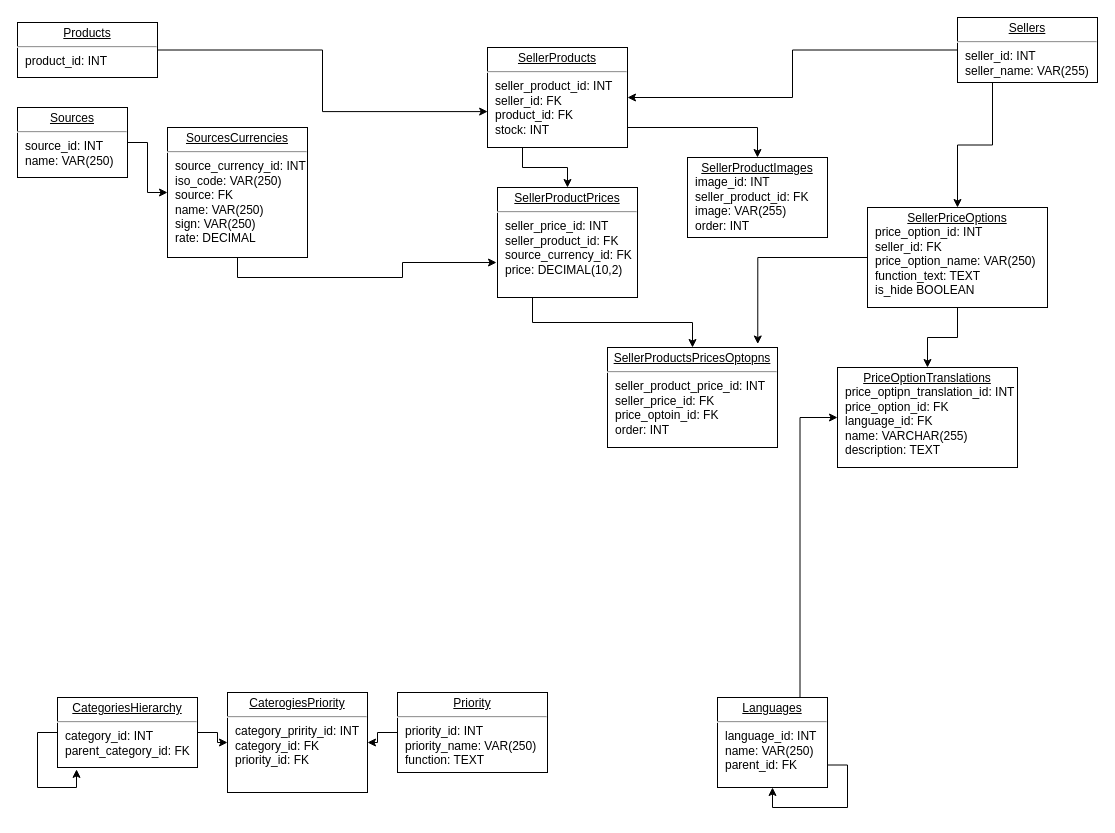
This is Диаграмма без названия.drawio from vinter-man/db_draw_io, a draw.io file, before an edit. Source tidied: cells renumbered, new cells numbered last; positions are measured from the earlier drawing's top-left corner, leaving out a move shared by most shapes. Both pictures are drawn from the tidied source at 100%, with x=0, y=0 at pixel (17, 17).
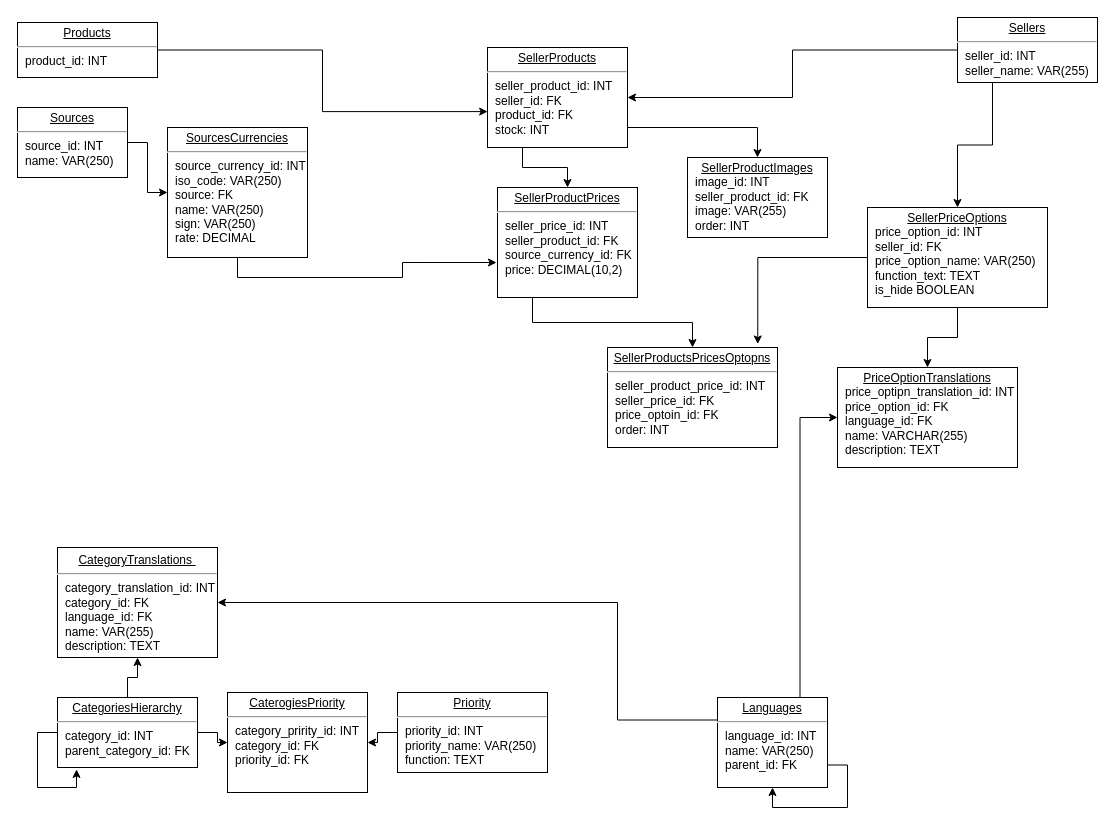
Above is the later version.

Commit message:
add category translation table

The change refers to these unchanged cells:
```xml
<mxCell id="23" value="&lt;p style=&quot;margin: 0px ; margin-top: 4px ; text-align: center ; text-decoration: underline&quot;&gt;Languages&lt;/p&gt;&lt;hr&gt;&lt;p style=&quot;margin: 0px ; margin-left: 8px&quot;&gt;language_id: INT&lt;/p&gt;&lt;p style=&quot;margin: 0px ; margin-left: 8px&quot;&gt;name:&amp;nbsp;VAR(250)&lt;/p&gt;&lt;p style=&quot;margin: 0px ; margin-left: 8px&quot;&gt;parent_id: FK&lt;/p&gt;&lt;p style=&quot;margin: 0px ; margin-left: 8px&quot;&gt;&lt;br&gt;&lt;/p&gt;&lt;p style=&quot;margin: 0px ; margin-left: 8px&quot;&gt;&lt;br&gt;&lt;/p&gt;" style="verticalAlign=top;align=left;overflow=fill;fontSize=12;fontFamily=Helvetica;html=1;rounded=0;shadow=0;comic=0;labelBackgroundColor=none;strokeWidth=1;" parent="1" vertex="1">
  <mxGeometry x="700" y="680" width="110" height="90" as="geometry" />
</mxCell>
<mxCell id="26" value="&lt;p style=&quot;margin: 0px ; margin-top: 4px ; text-align: center ; text-decoration: underline&quot;&gt;CategoriesHierarchy&lt;/p&gt;&lt;hr&gt;&lt;p style=&quot;margin: 0px ; margin-left: 8px&quot;&gt;category_id: INT&lt;/p&gt;&lt;p style=&quot;margin: 0px ; margin-left: 8px&quot;&gt;parent_category_id: FK&lt;/p&gt;&lt;p style=&quot;margin: 0px ; margin-left: 8px&quot;&gt;&lt;br&gt;&lt;/p&gt;" style="verticalAlign=top;align=left;overflow=fill;fontSize=12;fontFamily=Helvetica;html=1;rounded=0;shadow=0;comic=0;labelBackgroundColor=none;strokeWidth=1;" parent="1" vertex="1">
  <mxGeometry x="40" y="680" width="140" height="70" as="geometry" />
</mxCell>
```

Change to the diagram source:
```diff
@@
+    <mxCell id="31" style="edgeStyle=orthogonalEdgeStyle;rounded=0;jettySize=auto;html=1;exitX=0;exitY=0.25;exitDx=0;exitDy=0;entryX=1;entryY=0.5;entryDx=0;entryDy=0;" parent="1" edge="1" source="23" target="33">
+      <mxGeometry relative="1" as="geometry">
+        <Array as="points">
+          <mxPoint x="600" y="703" />
+          <mxPoint x="600" y="585" />
+        </Array>
+      </mxGeometry>
+    </mxCell>
@@
+    <mxCell id="32" style="edgeStyle=orthogonalEdgeStyle;rounded=0;jettySize=auto;html=1;" parent="1" edge="1" source="26" target="33">
+      <mxGeometry relative="1" as="geometry" />
+    </mxCell>
@@
+    <mxCell id="33" value="&lt;p style=&quot;margin: 0px ; margin-top: 4px ; text-align: center ; text-decoration: underline&quot;&gt;CategoryTranslations&lt;span style=&quot;font-family: &amp;quot;Helvetica Neue&amp;quot;; font-size: 13px; text-align: left;&quot;&gt;&amp;nbsp;&lt;/span&gt;&lt;/p&gt;&lt;hr&gt;&lt;p style=&quot;margin: 0px ; margin-left: 8px&quot;&gt;category_translation_id: INT&lt;/p&gt;&lt;p style=&quot;margin: 0px ; margin-left: 8px&quot;&gt;category_id: FK&lt;/p&gt;&lt;p style=&quot;margin: 0px ; margin-left: 8px&quot;&gt;language_id: FK&lt;/p&gt;&lt;p style=&quot;margin: 0px ; margin-left: 8px&quot;&gt;name: VAR(255)&lt;/p&gt;&lt;p style=&quot;margin: 0px ; margin-left: 8px&quot;&gt;description: TEXT&lt;/p&gt;&lt;p style=&quot;margin: 0px ; margin-left: 8px&quot;&gt;&lt;br&gt;&lt;/p&gt;&lt;p style=&quot;margin: 0px ; margin-left: 8px&quot;&gt;&lt;br&gt;&lt;/p&gt;" style="verticalAlign=top;align=left;overflow=fill;fontSize=12;fontFamily=Helvetica;html=1;rounded=0;shadow=0;comic=0;labelBackgroundColor=none;strokeWidth=1;" parent="1" vertex="1">
+      <mxGeometry x="40" y="530" width="160" height="110" as="geometry" />
+    </mxCell>
```
